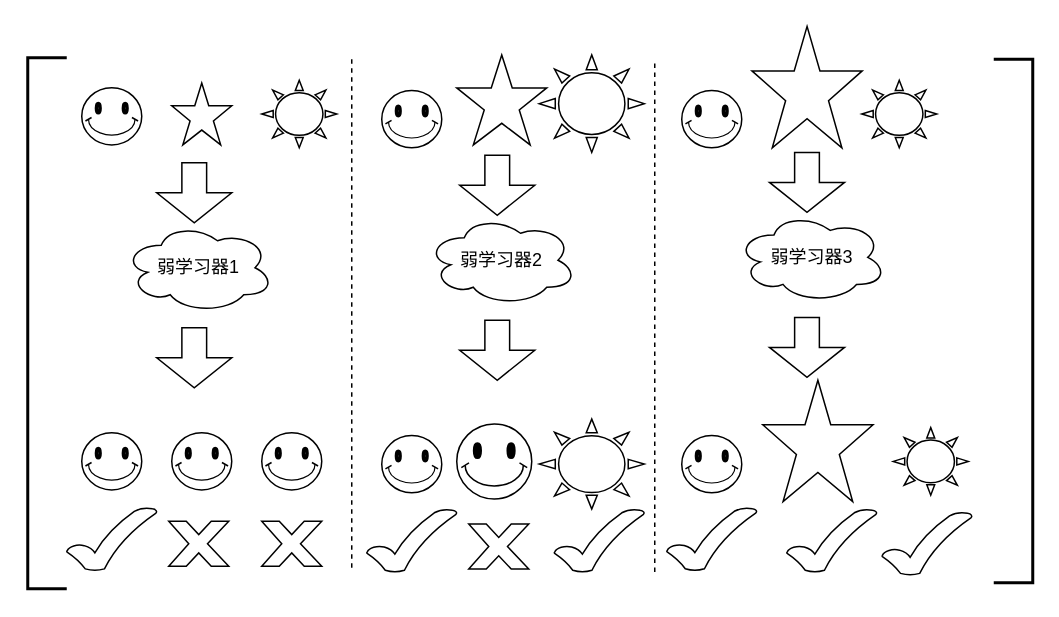
Above: adaboost.drawio in jiangyuanyuan1/invention (draw.io), before the change. Source tidied: cells renumbered, new cells numbered last; positions are measured from the earlier drawing's top-left corner, leaving out a move shared by most shapes. Both pictures are drawn from the tidied source at 150%, with x=0, y=0 at pixel (27, 26).
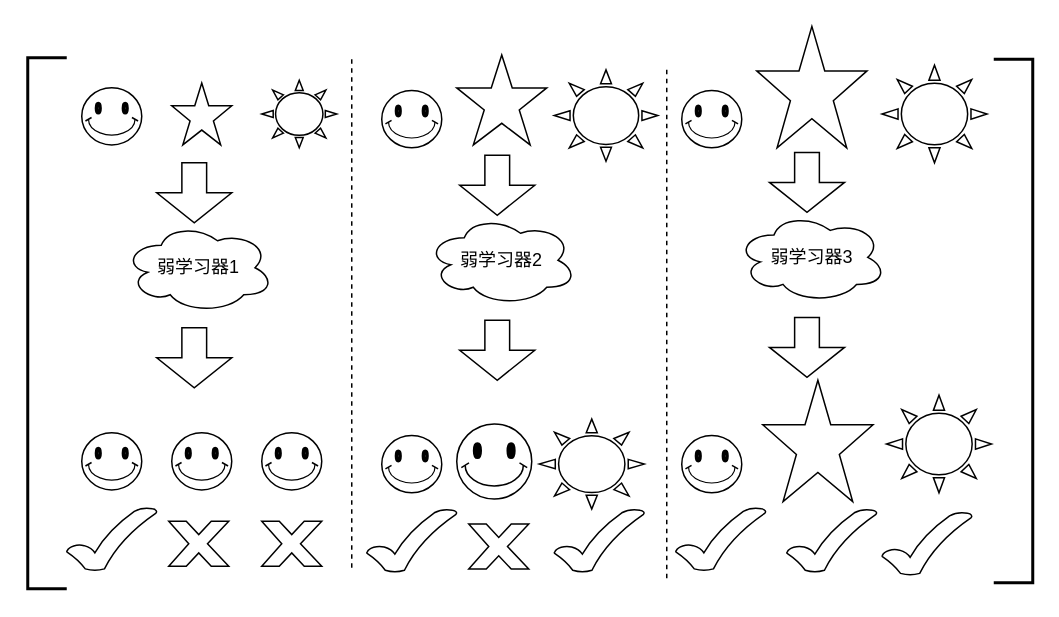
The same page after the edit.

The edit, as a diff of the source:
```diff
@@
-    <mxCell id="22" style="verticalLabelPosition=bottom;verticalAlign=top;html=1;shape=mxgraph.basic.sun;" parent="1" vertex="1">
-      <mxGeometry x="556" y="36" width="50" height="45" as="geometry" />
-    </mxCell>
@@
     <mxCell id="24" style="verticalLabelPosition=bottom;verticalAlign=top;html=1;shape=mxgraph.basic.tick;" parent="1" vertex="1">
-      <mxGeometry x="426" y="320.9" width="60" height="42" as="geometry" />
+      <mxGeometry x="432" y="321" width="60" height="42" as="geometry" />
     </mxCell>
@@
     <mxCell id="26" style="endArrow=none;dashed=1;html=1;rounded=0;" parent="1" edge="1">
       <mxGeometry relative="1" as="geometry">
-        <mxPoint x="418" y="363.9" as="sourcePoint" />
-        <mxPoint x="418" y="23.9" as="targetPoint" />
+        <mxPoint x="426" y="368" as="sourcePoint" />
+        <mxPoint x="426" y="28" as="targetPoint" />
       </mxGeometry>
     </mxCell>
     <mxCell id="27" style="verticalLabelPosition=bottom;verticalAlign=top;html=1;shape=mxgraph.basic.sun;" parent="1" vertex="1">
-      <mxGeometry x="341" y="19.1" width="70" height="65" as="geometry" />
+      <mxGeometry x="569.5" y="26" width="70" height="65" as="geometry" />
     </mxCell>
@@
     <mxCell id="29" style="verticalLabelPosition=bottom;verticalAlign=top;html=1;shape=mxgraph.basic.star;" parent="1" vertex="1">
-      <mxGeometry x="482.8" y="0.1" width="73.5" height="80.9" as="geometry" />
+      <mxGeometry x="486" y="0.1" width="73.5" height="80.9" as="geometry" />
     </mxCell>
-    <mxCell id="30" style="verticalLabelPosition=bottom;verticalAlign=top;html=1;shape=mxgraph.basic.sun;" parent="1" vertex="1">
-      <mxGeometry x="577" y="267.6" width="50" height="45" as="geometry" />
-    </mxCell>
@@
+    <mxCell id="42" style="verticalLabelPosition=bottom;verticalAlign=top;html=1;shape=mxgraph.basic.sun;" parent="1" vertex="1">
+      <mxGeometry x="351" y="29.1" width="69" height="60.9" as="geometry" />
+    </mxCell>
+    <mxCell id="43" style="verticalLabelPosition=bottom;verticalAlign=top;html=1;shape=mxgraph.basic.sun;" parent="1" vertex="1">
+      <mxGeometry x="572.5" y="246" width="70" height="65" as="geometry" />
+    </mxCell>
```
